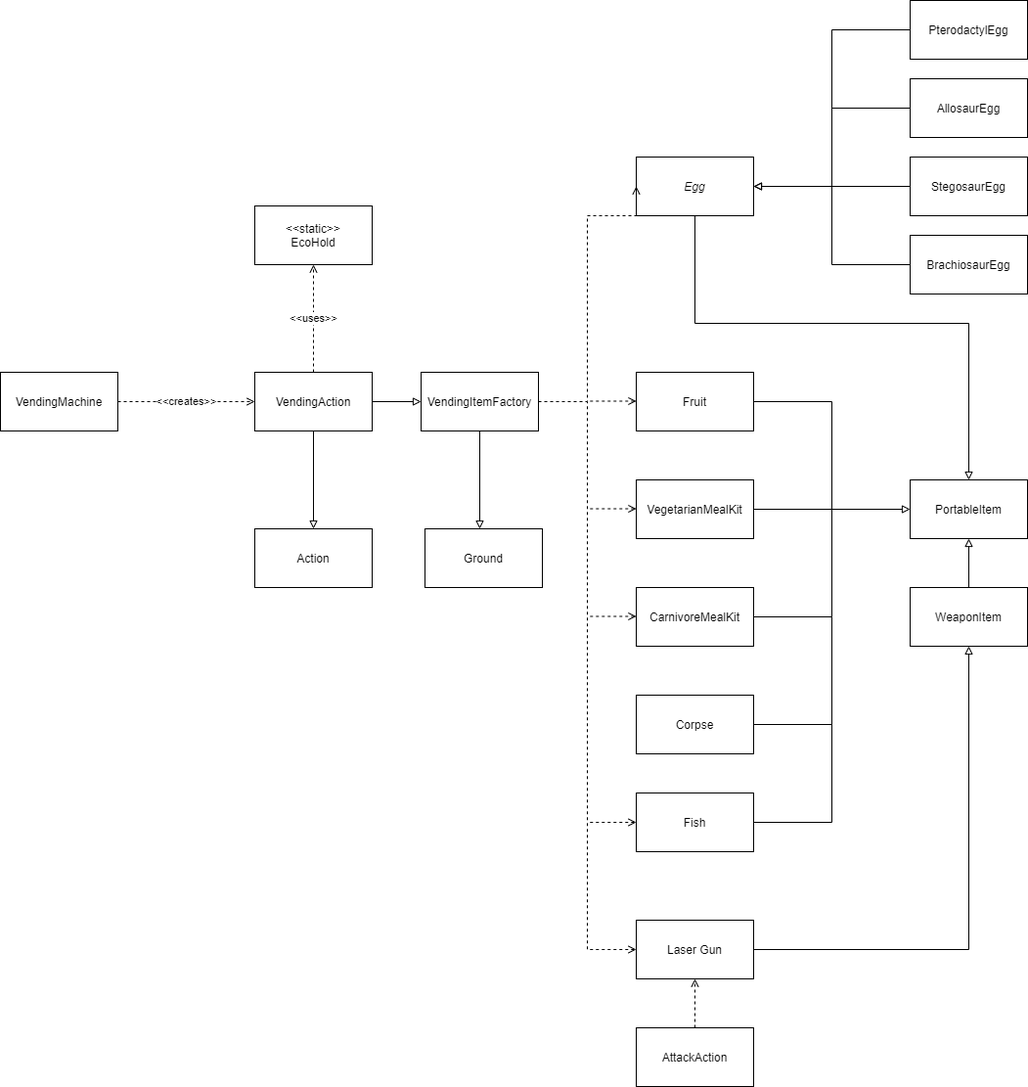
Above: docs/FIT2099_A1_UML_ItemsVendingMachine.png in Nochl/Jurrasic_Park_Sim (draw.io), before the change. Source tidied: cells renumbered, new cells last; positions are measured from the earlier drawing's top-left corner, leaving out a move shared by most shapes. Source of this version:
```xml
<mxGraphModel>
  <root>
    <mxCell id="0" />
    <mxCell id="1" parent="0" />
    <mxCell id="2" style="edgeStyle=orthogonalEdgeStyle;rounded=0;jettySize=auto;html=1;entryX=0.5;entryY=0;entryDx=0;entryDy=0;startArrow=none;startFill=0;endArrow=block;endFill=0;exitX=0.5;exitY=1;exitDx=0;exitDy=0;" parent="1" edge="1" source="3" target="17">
      <mxGeometry relative="1" as="geometry">
        <Array as="points">
          <mxPoint x="710" y="330" />
          <mxPoint x="990" y="330" />
        </Array>
      </mxGeometry>
    </mxCell>
    <mxCell id="3" value="&lt;i&gt;Egg&lt;/i&gt;" style="whiteSpace=wrap;html=1;" parent="1" vertex="1">
      <mxGeometry x="650" y="160" width="120" height="60" as="geometry" />
    </mxCell>
    <mxCell id="4" style="edgeStyle=orthogonalEdgeStyle;rounded=0;jettySize=auto;html=1;entryX=0.5;entryY=1;entryDx=0;entryDy=0;endArrow=block;endFill=0;" parent="1" edge="1" source="6" target="19">
      <mxGeometry relative="1" as="geometry">
        <Array as="points">
          <mxPoint x="990" y="970" />
        </Array>
      </mxGeometry>
    </mxCell>
    <mxCell id="5" style="edgeStyle=orthogonalEdgeStyle;rounded=0;jettySize=auto;html=1;exitX=0;exitY=0.5;exitDx=0;exitDy=0;dashed=1;startArrow=open;startFill=0;endArrow=none;endFill=0;" parent="1" edge="1" source="6">
      <mxGeometry relative="1" as="geometry">
        <mxPoint x="600" y="410" as="targetPoint" />
      </mxGeometry>
    </mxCell>
    <mxCell id="6" value="Laser Gun" style="rounded=0;whiteSpace=wrap;html=1;" parent="1" vertex="1">
      <mxGeometry x="650" y="940" width="120" height="60" as="geometry" />
    </mxCell>
    <mxCell id="7" style="edgeStyle=orthogonalEdgeStyle;rounded=0;jettySize=auto;html=1;exitX=1;exitY=0.5;exitDx=0;exitDy=0;endArrow=none;endFill=0;" parent="1" edge="1" source="8">
      <mxGeometry relative="1" as="geometry">
        <mxPoint x="850" y="520" as="targetPoint" />
      </mxGeometry>
    </mxCell>
    <mxCell id="8" value="Fruit" style="whiteSpace=wrap;html=1;" parent="1" vertex="1">
      <mxGeometry x="650" y="380" width="120" height="60" as="geometry" />
    </mxCell>
    <mxCell id="9" style="edgeStyle=orthogonalEdgeStyle;rounded=0;jettySize=auto;html=1;exitX=1;exitY=0.5;exitDx=0;exitDy=0;endArrow=none;endFill=0;" parent="1" edge="1" source="10">
      <mxGeometry relative="1" as="geometry">
        <mxPoint x="850" y="520" as="targetPoint" />
      </mxGeometry>
    </mxCell>
    <mxCell id="10" value="VegetarianMealKit" style="whiteSpace=wrap;html=1;" parent="1" vertex="1">
      <mxGeometry x="650" y="490" width="120" height="60" as="geometry" />
    </mxCell>
    <mxCell id="11" style="edgeStyle=orthogonalEdgeStyle;rounded=0;jettySize=auto;html=1;exitX=1;exitY=0.5;exitDx=0;exitDy=0;endArrow=block;endFill=0;entryX=0;entryY=0.5;entryDx=0;entryDy=0;" parent="1" edge="1" source="12" target="17">
      <mxGeometry relative="1" as="geometry" />
    </mxCell>
    <mxCell id="12" value="CarnivoreMealKit" style="whiteSpace=wrap;html=1;" parent="1" vertex="1">
      <mxGeometry x="650" y="600" width="120" height="60" as="geometry" />
    </mxCell>
    <mxCell id="13" style="edgeStyle=orthogonalEdgeStyle;rounded=0;jettySize=auto;html=1;startArrow=none;startFill=0;endArrow=block;endFill=0;" parent="1" edge="1" source="16" target="20">
      <mxGeometry relative="1" as="geometry" />
    </mxCell>
    <mxCell id="14" style="edgeStyle=orthogonalEdgeStyle;rounded=0;jettySize=auto;html=1;exitX=1;exitY=0.5;exitDx=0;exitDy=0;entryX=0;entryY=0.5;entryDx=0;entryDy=0;endArrow=block;endFill=0;" parent="1" edge="1" source="16" target="23">
      <mxGeometry relative="1" as="geometry" />
    </mxCell>
    <mxCell id="15" value="&amp;lt;&amp;lt;uses&amp;gt;&amp;gt;" style="edgeStyle=orthogonalEdgeStyle;rounded=0;jettySize=auto;html=1;entryX=0.5;entryY=1;entryDx=0;entryDy=0;dashed=1;endArrow=open;endFill=0;" parent="1" edge="1" source="16" target="40">
      <mxGeometry relative="1" as="geometry" />
    </mxCell>
    <mxCell id="16" value="VendingAction" style="whiteSpace=wrap;html=1;" parent="1" vertex="1">
      <mxGeometry x="260" y="380" width="120" height="60" as="geometry" />
    </mxCell>
    <mxCell id="17" value="PortableItem" style="whiteSpace=wrap;html=1;" parent="1" vertex="1">
      <mxGeometry x="930" y="490" width="120" height="60" as="geometry" />
    </mxCell>
    <mxCell id="18" style="edgeStyle=orthogonalEdgeStyle;rounded=0;jettySize=auto;html=1;exitX=0.5;exitY=0;exitDx=0;exitDy=0;entryX=0.5;entryY=1;entryDx=0;entryDy=0;startArrow=none;startFill=0;endArrow=block;endFill=0;" parent="1" edge="1" source="19" target="17">
      <mxGeometry relative="1" as="geometry" />
    </mxCell>
    <mxCell id="19" value="WeaponItem" style="rounded=0;whiteSpace=wrap;html=1;" parent="1" vertex="1">
      <mxGeometry x="930" y="600" width="120" height="60" as="geometry" />
    </mxCell>
    <mxCell id="20" value="Action" style="whiteSpace=wrap;html=1;" parent="1" vertex="1">
      <mxGeometry x="260" y="540" width="120" height="60" as="geometry" />
    </mxCell>
    <mxCell id="21" style="edgeStyle=orthogonalEdgeStyle;rounded=0;jettySize=auto;html=1;exitX=0.5;exitY=1;exitDx=0;exitDy=0;endArrow=block;endFill=0;" parent="1" edge="1" source="23">
      <mxGeometry relative="1" as="geometry">
        <mxPoint x="490" y="540" as="targetPoint" />
      </mxGeometry>
    </mxCell>
    <mxCell id="22" style="edgeStyle=orthogonalEdgeStyle;rounded=0;jettySize=auto;html=1;exitX=1;exitY=0.5;exitDx=0;exitDy=0;entryX=0;entryY=0.5;entryDx=0;entryDy=0;dashed=1;endArrow=open;endFill=0;" parent="1" edge="1" source="23" target="3">
      <mxGeometry relative="1" as="geometry">
        <Array as="points">
          <mxPoint x="600" y="410" />
          <mxPoint x="600" y="220" />
        </Array>
      </mxGeometry>
    </mxCell>
    <mxCell id="23" value="VendingItemFactory" style="whiteSpace=wrap;html=1;" parent="1" vertex="1">
      <mxGeometry x="430" y="380" width="120" height="60" as="geometry" />
    </mxCell>
    <mxCell id="24" style="edgeStyle=orthogonalEdgeStyle;rounded=0;orthogonalLoop=1;jettySize=auto;html=1;exitX=0;exitY=0.5;exitDx=0;exitDy=0;dashed=1;endArrow=none;endFill=0;startArrow=open;startFill=0;" parent="1" edge="1">
      <mxGeometry relative="1" as="geometry">
        <mxPoint x="650" y="409.5" as="sourcePoint" />
        <mxPoint x="600" y="409.5" as="targetPoint" />
      </mxGeometry>
    </mxCell>
    <mxCell id="25" style="edgeStyle=orthogonalEdgeStyle;rounded=0;orthogonalLoop=1;jettySize=auto;html=1;exitX=0;exitY=0.5;exitDx=0;exitDy=0;dashed=1;endArrow=none;endFill=0;startArrow=open;startFill=0;" parent="1" edge="1">
      <mxGeometry relative="1" as="geometry">
        <mxPoint x="650" y="519.5" as="sourcePoint" />
        <mxPoint x="600" y="519.5" as="targetPoint" />
      </mxGeometry>
    </mxCell>
    <mxCell id="26" style="edgeStyle=orthogonalEdgeStyle;rounded=0;orthogonalLoop=1;jettySize=auto;html=1;exitX=0;exitY=0.5;exitDx=0;exitDy=0;dashed=1;endArrow=none;endFill=0;startArrow=open;startFill=0;" parent="1" edge="1">
      <mxGeometry relative="1" as="geometry">
        <mxPoint x="650" y="629.5" as="sourcePoint" />
        <mxPoint x="600" y="629.5" as="targetPoint" />
      </mxGeometry>
    </mxCell>
    <mxCell id="27" value="Ground" style="whiteSpace=wrap;html=1;" parent="1" vertex="1">
      <mxGeometry x="434" y="540" width="120" height="60" as="geometry" />
    </mxCell>
    <mxCell id="28" style="edgeStyle=orthogonalEdgeStyle;rounded=0;jettySize=auto;html=1;exitX=0;exitY=0.5;exitDx=0;exitDy=0;endArrow=block;endFill=0;" parent="1" edge="1" source="31" target="3">
      <mxGeometry relative="1" as="geometry" />
    </mxCell>
    <mxCell id="29" style="edgeStyle=orthogonalEdgeStyle;rounded=0;jettySize=auto;html=1;exitX=0;exitY=0.5;exitDx=0;exitDy=0;startArrow=none;startFill=0;endArrow=none;endFill=0;" parent="1" edge="1" source="33">
      <mxGeometry x="710" y="350" as="geometry">
        <mxPoint x="850" y="190" as="targetPoint" />
      </mxGeometry>
    </mxCell>
    <mxCell id="30" style="edgeStyle=orthogonalEdgeStyle;rounded=0;jettySize=auto;html=1;startArrow=none;startFill=0;endArrow=none;endFill=0;" parent="1" edge="1" source="32">
      <mxGeometry x="710" y="350" as="geometry">
        <mxPoint x="850" y="190" as="targetPoint" />
      </mxGeometry>
    </mxCell>
    <mxCell id="31" value="StegosaurEgg" style="whiteSpace=wrap;html=1;" parent="1" vertex="1">
      <mxGeometry x="930" y="160" width="120" height="60" as="geometry" />
    </mxCell>
    <mxCell id="32" value="AllosaurEgg" style="whiteSpace=wrap;html=1;" parent="1" vertex="1">
      <mxGeometry x="930" y="80" width="120" height="60" as="geometry" />
    </mxCell>
    <mxCell id="33" value="BrachiosaurEgg" style="whiteSpace=wrap;html=1;" parent="1" vertex="1">
      <mxGeometry x="930" y="240" width="120" height="60" as="geometry" />
    </mxCell>
    <mxCell id="34" style="edgeStyle=orthogonalEdgeStyle;rounded=0;jettySize=auto;html=1;exitX=1;exitY=0.5;exitDx=0;exitDy=0;endArrow=none;endFill=0;" parent="1" edge="1" source="35">
      <mxGeometry relative="1" as="geometry">
        <mxPoint x="850" y="630" as="targetPoint" />
      </mxGeometry>
    </mxCell>
    <mxCell id="35" value="Corpse" style="rounded=0;whiteSpace=wrap;html=1;" parent="1" vertex="1">
      <mxGeometry x="650" y="710" width="120" height="60" as="geometry" />
    </mxCell>
    <mxCell id="36" style="edgeStyle=orthogonalEdgeStyle;rounded=0;jettySize=auto;html=1;entryX=0.5;entryY=1;entryDx=0;entryDy=0;endArrow=open;endFill=0;dashed=1;" parent="1" edge="1" source="37" target="6">
      <mxGeometry relative="1" as="geometry" />
    </mxCell>
    <mxCell id="37" value="AttackAction" style="rounded=0;whiteSpace=wrap;html=1;" parent="1" vertex="1">
      <mxGeometry x="650" y="1050" width="120" height="60" as="geometry" />
    </mxCell>
    <mxCell id="38" value="&amp;lt;&amp;lt;creates&amp;gt;&amp;gt;" style="edgeStyle=orthogonalEdgeStyle;rounded=0;jettySize=auto;html=1;exitX=1;exitY=0.5;exitDx=0;exitDy=0;entryX=0;entryY=0.5;entryDx=0;entryDy=0;endArrow=open;endFill=0;dashed=1;" parent="1" edge="1" source="39" target="16">
      <mxGeometry relative="1" as="geometry" />
    </mxCell>
    <mxCell id="39" value="VendingMachine" style="whiteSpace=wrap;html=1;" parent="1" vertex="1">
      <mxGeometry y="380" width="120" height="60" as="geometry" />
    </mxCell>
    <mxCell id="40" value="&amp;lt;&amp;lt;static&amp;gt;&amp;gt;&lt;br&gt;EcoHold" style="whiteSpace=wrap;html=1;" parent="1" vertex="1">
      <mxGeometry x="260" y="210" width="120" height="60" as="geometry" />
    </mxCell>
    <mxCell id="41" value="PterodactylEgg" style="whiteSpace=wrap;html=1;" parent="1" vertex="1">
      <mxGeometry x="930" width="120" height="60" as="geometry" />
    </mxCell>
    <mxCell id="42" style="edgeStyle=orthogonalEdgeStyle;rounded=0;jettySize=auto;html=1;startArrow=none;startFill=0;endArrow=block;endFill=0;exitX=0;exitY=0.5;exitDx=0;exitDy=0;entryX=1;entryY=0.5;entryDx=0;entryDy=0;" parent="1" edge="1" source="41" target="3">
      <mxGeometry x="720" y="360" as="geometry">
        <Array as="points">
          <mxPoint x="850" y="30" />
          <mxPoint x="850" y="190" />
        </Array>
      </mxGeometry>
    </mxCell>
    <mxCell id="43" value="Fish" style="whiteSpace=wrap;html=1;" parent="1" vertex="1">
      <mxGeometry x="650" y="810" width="120" height="60" as="geometry" />
    </mxCell>
    <mxCell id="44" style="edgeStyle=orthogonalEdgeStyle;rounded=0;jettySize=auto;html=1;exitX=0;exitY=0.5;exitDx=0;exitDy=0;dashed=1;endArrow=none;endFill=0;startArrow=open;startFill=0;" parent="1" edge="1" source="43">
      <mxGeometry relative="1" as="geometry">
        <mxPoint x="600" y="840" as="targetPoint" />
        <Array as="points">
          <mxPoint x="600" y="840" />
        </Array>
      </mxGeometry>
    </mxCell>
    <mxCell id="45" style="edgeStyle=orthogonalEdgeStyle;rounded=0;orthogonalLoop=1;jettySize=auto;html=1;endArrow=none;endFill=0;" parent="1" edge="1">
      <mxGeometry relative="1" as="geometry">
        <mxPoint x="770" y="840" as="sourcePoint" />
        <mxPoint x="850" y="720" as="targetPoint" />
        <Array as="points">
          <mxPoint x="770" y="840" />
          <mxPoint x="850" y="840" />
        </Array>
      </mxGeometry>
    </mxCell>
  </root>
</mxGraphModel>
```
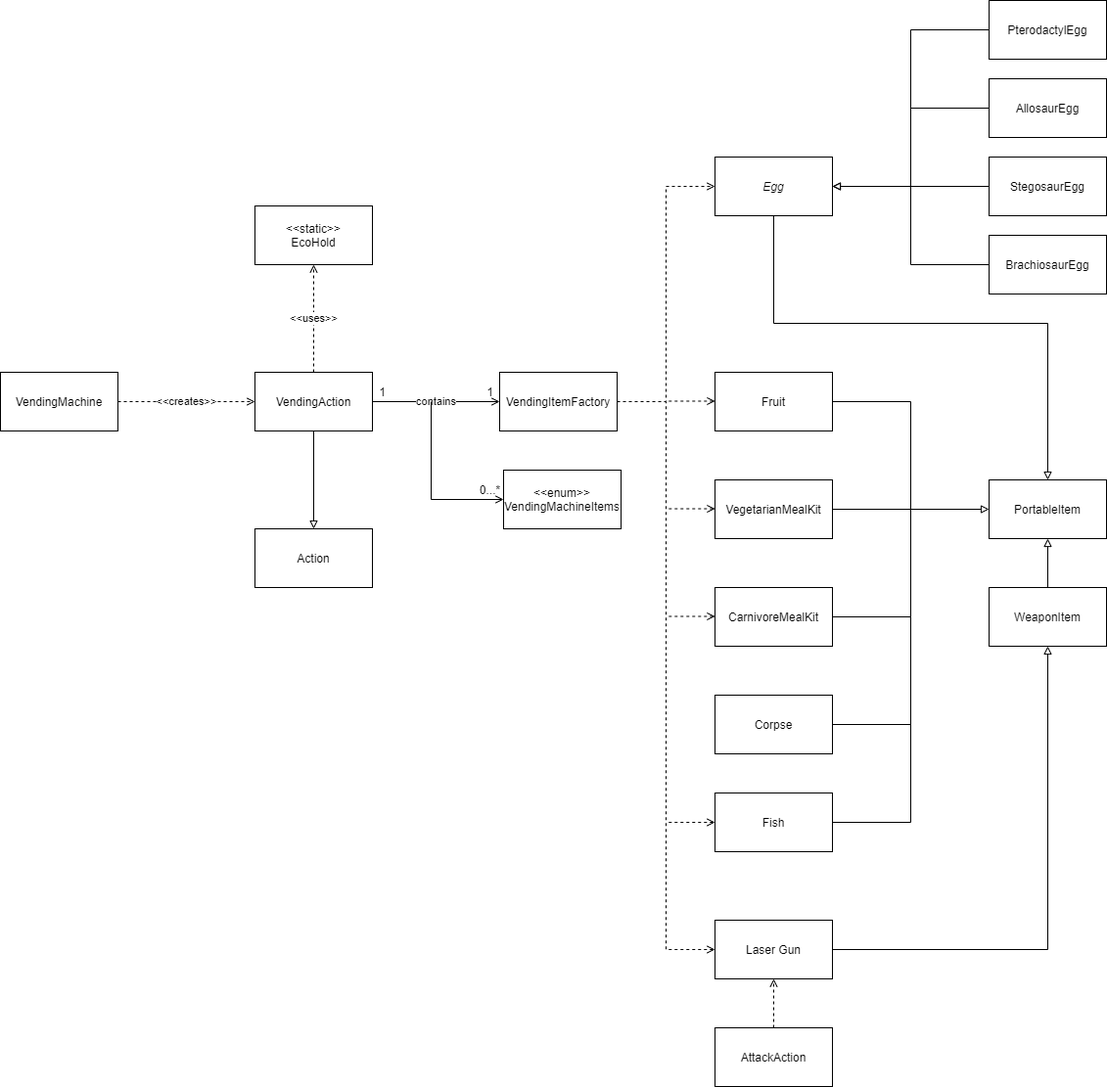
After the change.

Commit message:
added VendingMachineItems in UML and fixed relationship between VendingAction and VendingItemFactory

The edit, as a diff of the source:
```diff
@@ -53,14 +53,14 @@
     <mxCell id="13" style="edgeStyle=orthogonalEdgeStyle;rounded=0;jettySize=auto;html=1;startArrow=none;startFill=0;endArrow=block;endFill=0;" parent="1" edge="1" source="16" target="20">
       <mxGeometry relative="1" as="geometry" />
     </mxCell>
-    <mxCell id="14" style="edgeStyle=orthogonalEdgeStyle;rounded=0;jettySize=auto;html=1;exitX=1;exitY=0.5;exitDx=0;exitDy=0;entryX=0;entryY=0.5;entryDx=0;entryDy=0;endArrow=block;endFill=0;" parent="1" edge="1" source="16" target="23">
+    <mxCell id="14" value="contains" style="edgeStyle=orthogonalEdgeStyle;rounded=0;jettySize=auto;html=1;exitX=1;exitY=0.5;exitDx=0;exitDy=0;entryX=0;entryY=0.5;entryDx=0;entryDy=0;endArrow=open;endFill=0;" parent="1" edge="1" source="16" target="23">
       <mxGeometry relative="1" as="geometry" />
     </mxCell>
-    <mxCell id="15" value="&amp;lt;&amp;lt;uses&amp;gt;&amp;gt;" style="edgeStyle=orthogonalEdgeStyle;rounded=0;jettySize=auto;html=1;entryX=0.5;entryY=1;entryDx=0;entryDy=0;dashed=1;endArrow=open;endFill=0;" parent="1" edge="1" source="16" target="40">
+    <mxCell id="15" value="&amp;lt;&amp;lt;uses&amp;gt;&amp;gt;" style="edgeStyle=orthogonalEdgeStyle;rounded=0;jettySize=auto;html=1;entryX=0.5;entryY=1;entryDx=0;entryDy=0;dashed=1;endArrow=open;endFill=0;exitX=0.5;exitY=0;exitDx=0;exitDy=0;" parent="1" edge="1" source="16" target="40">
       <mxGeometry relative="1" as="geometry" />
     </mxCell>
     <mxCell id="16" value="VendingAction" style="whiteSpace=wrap;html=1;" parent="1" vertex="1">
-      <mxGeometry x="260" y="380" width="120" height="60" as="geometry" />
+      <mxGeometry x="180" y="380" width="120" height="60" as="geometry" />
     </mxCell>
     <mxCell id="17" value="PortableItem" style="whiteSpace=wrap;html=1;" parent="1" vertex="1">
       <mxGeometry x="930" y="490" width="120" height="60" as="geometry" />
@@ -72,18 +72,13 @@
       <mxGeometry x="930" y="600" width="120" height="60" as="geometry" />
     </mxCell>
     <mxCell id="20" value="Action" style="whiteSpace=wrap;html=1;" parent="1" vertex="1">
-      <mxGeometry x="260" y="540" width="120" height="60" as="geometry" />
+      <mxGeometry x="180" y="540" width="120" height="60" as="geometry" />
     </mxCell>
-    <mxCell id="21" style="edgeStyle=orthogonalEdgeStyle;rounded=0;jettySize=auto;html=1;exitX=0.5;exitY=1;exitDx=0;exitDy=0;endArrow=block;endFill=0;" parent="1" edge="1" source="23">
-      <mxGeometry relative="1" as="geometry">
-        <mxPoint x="490" y="540" as="targetPoint" />
-      </mxGeometry>
-    </mxCell>
     <mxCell id="22" style="edgeStyle=orthogonalEdgeStyle;rounded=0;jettySize=auto;html=1;exitX=1;exitY=0.5;exitDx=0;exitDy=0;entryX=0;entryY=0.5;entryDx=0;entryDy=0;dashed=1;endArrow=open;endFill=0;" parent="1" edge="1" source="23" target="3">
       <mxGeometry relative="1" as="geometry">
         <Array as="points">
           <mxPoint x="600" y="410" />
-          <mxPoint x="600" y="220" />
+          <mxPoint x="600" y="190" />
         </Array>
       </mxGeometry>
     </mxCell>
@@ -108,9 +103,6 @@
         <mxPoint x="600" y="629.5" as="targetPoint" />
       </mxGeometry>
     </mxCell>
-    <mxCell id="27" value="Ground" style="whiteSpace=wrap;html=1;" parent="1" vertex="1">
-      <mxGeometry x="434" y="540" width="120" height="60" as="geometry" />
-    </mxCell>
     <mxCell id="28" style="edgeStyle=orthogonalEdgeStyle;rounded=0;jettySize=auto;html=1;exitX=0;exitY=0.5;exitDx=0;exitDy=0;endArrow=block;endFill=0;" parent="1" edge="1" source="31" target="3">
       <mxGeometry relative="1" as="geometry" />
     </mxCell>
@@ -151,10 +143,10 @@
       <mxGeometry relative="1" as="geometry" />
     </mxCell>
     <mxCell id="39" value="VendingMachine" style="whiteSpace=wrap;html=1;" parent="1" vertex="1">
-      <mxGeometry y="380" width="120" height="60" as="geometry" />
+      <mxGeometry x="-80" y="380" width="120" height="60" as="geometry" />
     </mxCell>
     <mxCell id="40" value="&amp;lt;&amp;lt;static&amp;gt;&amp;gt;&lt;br&gt;EcoHold" style="whiteSpace=wrap;html=1;" parent="1" vertex="1">
-      <mxGeometry x="260" y="210" width="120" height="60" as="geometry" />
+      <mxGeometry x="180" y="210" width="120" height="60" as="geometry" />
     </mxCell>
     <mxCell id="41" value="PterodactylEgg" style="whiteSpace=wrap;html=1;" parent="1" vertex="1">
       <mxGeometry x="930" width="120" height="60" as="geometry" />
@@ -188,5 +180,22 @@
         </Array>
       </mxGeometry>
     </mxCell>
+    <mxCell id="46" style="edgeStyle=orthogonalEdgeStyle;rounded=0;jettySize=auto;html=1;exitX=0;exitY=0.5;exitDx=0;exitDy=0;endArrow=none;endFill=0;startArrow=open;startFill=0;" parent="1" edge="1" source="47">
+      <mxGeometry relative="1" as="geometry">
+        <mxPoint x="360" y="410" as="targetPoint" />
+      </mxGeometry>
+    </mxCell>
+    <mxCell id="47" value="&amp;lt;&amp;lt;enum&amp;gt;&amp;gt;&lt;br&gt;VendingMachineItems" style="whiteSpace=wrap;html=1;" parent="1" vertex="1">
+      <mxGeometry x="434" y="480" width="120" height="60" as="geometry" />
+    </mxCell>
+    <mxCell id="48" value="1" style="text;html=1;align=center;verticalAlign=middle;strokeColor=none;" parent="1" vertex="1">
+      <mxGeometry x="300" y="390" width="20" height="20" as="geometry" />
+    </mxCell>
+    <mxCell id="49" value="1" style="text;html=1;align=center;verticalAlign=middle;strokeColor=none;" parent="1" vertex="1">
+      <mxGeometry x="410" y="390" width="20" height="20" as="geometry" />
+    </mxCell>
+    <mxCell id="50" value="0...*" style="text;html=1;align=center;verticalAlign=middle;strokeColor=none;" parent="1" vertex="1">
+      <mxGeometry x="400" y="490" width="40" height="20" as="geometry" />
+    </mxCell>
   </root>
 </mxGraphModel>
```
